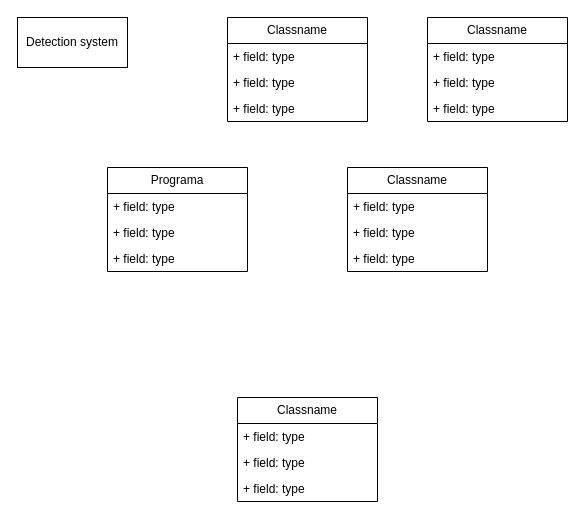
Before: UML.drawio in Rikardooliv/ProjectX, a draw.io diagram. Source tidied: cells renumbered, new cells numbered last; positions are measured from the earlier drawing's top-left corner, leaving out a move shared by most shapes. Both pictures are drawn from the tidied source at 100%, with x=0, y=0 at pixel (17, 17).
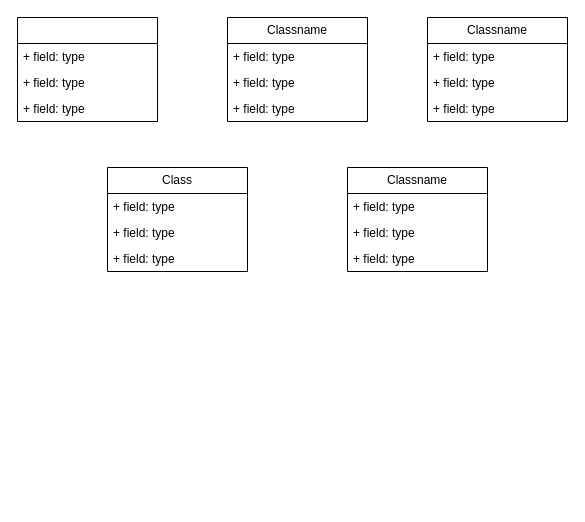
The same page after the edit.

What changed in the source:
```diff
@@
-    <mxCell id="2" value="Classname" style="swimlane;fontStyle=0;horizontal=1;startSize=26;fillColor=none;whiteSpace=wrap;html=1;" parent="1" vertex="1">
-      <mxGeometry x="220" y="380" width="140" height="104" as="geometry" />
+    <mxCell id="2" style="swimlane;fontStyle=0;horizontal=1;startSize=26;fillColor=none;whiteSpace=wrap;html=1;" parent="1" vertex="1">
+      <mxGeometry width="140" height="104" as="geometry" />
     </mxCell>
@@
-    <mxCell id="14" value="Programa" style="swimlane;fontStyle=0;horizontal=1;startSize=26;fillColor=none;whiteSpace=wrap;html=1;" parent="1" vertex="1">
+    <mxCell id="14" value="Class" style="swimlane;fontStyle=0;horizontal=1;startSize=26;fillColor=none;whiteSpace=wrap;html=1;" parent="1" vertex="1">
       <mxGeometry x="90" y="150" width="140" height="104" as="geometry" />
     </mxCell>
@@
-    <mxCell id="22" value="Detection system" style="html=1;whiteSpace=wrap;" parent="1" vertex="1">
-      <mxGeometry width="110" height="50" as="geometry" />
-    </mxCell>
```
